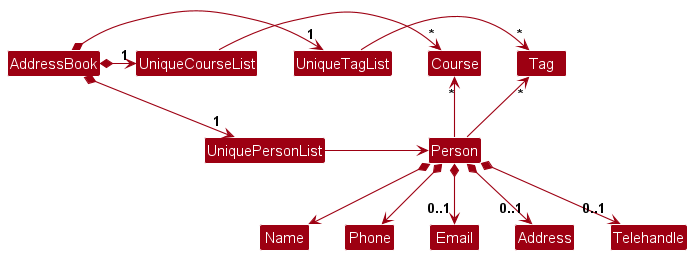
Before: docs/images/BetterModelClassDiagram.png, a diagram exported from PlantUML (tanteckfang/tp).
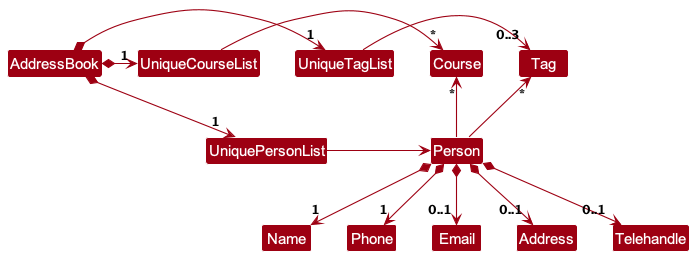
After the commit.

Diff of the diagram source:
```diff
@@ -13,15 +13,15 @@
 UniqueCourseList -[hidden]down- UniquePersonList
 UniqueCourseList -[hidden]down- UniquePersonList
 
-UniqueTagList -right-> "*" Tag
+UniqueTagList -right-> "0..3" Tag
 UniqueCourseList -right-> "*" Course
 UniquePersonList -right-> Person
 
 Person -up-> "*" Tag
 Person -up-> "*" Course
 
-Person *--> Name
-Person *--> Phone
+Person *--> "1"Name
+Person *--> "1"Phone
 Person *--> "0..1"Email
 Person *--> "0..1"Address
 Person *--> "0..1"Telehandle
```
